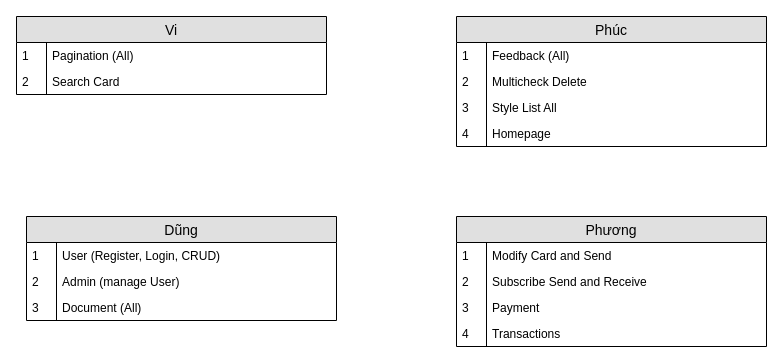
This is page "Task Sheet" (9 of 9) of e-Greeting.drawio from duyphuong403/E-Greeting, a draw.io file, before an edit. Source tidied: cells renumbered, new cells numbered last; positions are measured from the earlier drawing's top-left corner, leaving out a move shared by most shapes. Both pictures are drawn from the tidied source at 100%, with x=0, y=0 at pixel (16, 16).
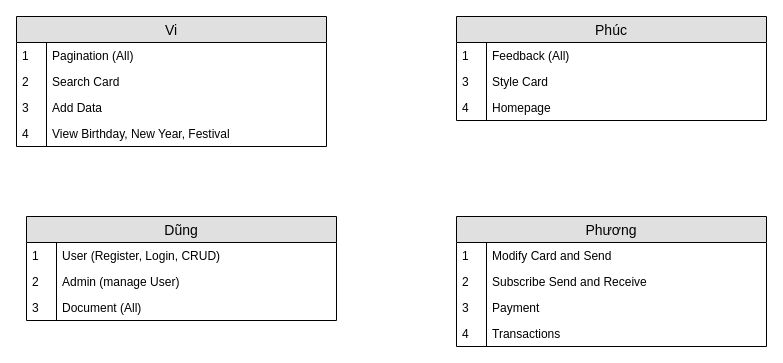
The same diagram, later.

Diff of the diagram source:
```diff
@@
     <mxCell id="2" value="Vi" style="swimlane;fontStyle=0;horizontal=1;startSize=26;fillColor=#e0e0e0;swimlaneFillColor=#ffffff;align=center;fontSize=14;" parent="1" vertex="1">
-      <mxGeometry width="310" height="78" as="geometry" />
+      <mxGeometry width="310" height="130" as="geometry" />
     </mxCell>
@@
+    <mxCell id="32" value="Add Data" style="shape=partialRectangle;top=0;left=0;right=0;bottom=0;align=left;verticalAlign=top;fillColor=none;spacingLeft=34;spacingRight=4;overflow=hidden;fontSize=12;" parent="2" vertex="1">
+      <mxGeometry y="78" width="310" height="26" as="geometry" />
+    </mxCell>
+    <mxCell id="33" value="3" style="shape=partialRectangle;top=0;left=0;bottom=0;fillColor=none;align=left;verticalAlign=top;spacingLeft=4;spacingRight=4;overflow=hidden;fontSize=12;" parent="32" vertex="1">
+      <mxGeometry width="30" height="26" as="geometry" />
+    </mxCell>
+    <mxCell id="34" value="View Birthday, New Year, Festival" style="shape=partialRectangle;top=0;left=0;right=0;bottom=0;align=left;verticalAlign=top;fillColor=none;spacingLeft=34;spacingRight=4;overflow=hidden;fontSize=12;" parent="2" vertex="1">
+      <mxGeometry y="104" width="310" height="26" as="geometry" />
+    </mxCell>
+    <mxCell id="35" value="4" style="shape=partialRectangle;top=0;left=0;bottom=0;fillColor=none;align=left;verticalAlign=top;spacingLeft=4;spacingRight=4;overflow=hidden;fontSize=12;" parent="34" vertex="1">
+      <mxGeometry width="30" height="26" as="geometry" />
+    </mxCell>
     <mxCell id="7" value="Phúc" style="swimlane;fontStyle=0;horizontal=1;startSize=26;fillColor=#e0e0e0;swimlaneFillColor=#ffffff;align=center;fontSize=14;" parent="1" vertex="1">
-      <mxGeometry x="440" width="310" height="130" as="geometry" />
+      <mxGeometry x="440" width="310" height="104" as="geometry" />
     </mxCell>
@@
-    <mxCell id="10" value="Multicheck Delete" style="shape=partialRectangle;top=0;left=0;right=0;bottom=0;align=left;verticalAlign=top;fillColor=none;spacingLeft=34;spacingRight=4;overflow=hidden;fontSize=12;" parent="7" vertex="1">
-      <mxGeometry y="52" width="310" height="26" as="geometry" />
-    </mxCell>
-    <mxCell id="11" value="2" style="shape=partialRectangle;top=0;left=0;bottom=0;fillColor=none;align=left;verticalAlign=top;spacingLeft=4;spacingRight=4;overflow=hidden;fontSize=12;" parent="10" vertex="1">
-      <mxGeometry width="30" height="26" as="geometry" />
-    </mxCell>
-    <mxCell id="12" value="Style List All " style="shape=partialRectangle;top=0;left=0;right=0;bottom=0;align=left;verticalAlign=top;fillColor=none;spacingLeft=34;spacingRight=4;overflow=hidden;fontSize=12;" parent="7" vertex="1">
-      <mxGeometry y="78" width="310" height="26" as="geometry" />
+    <mxCell id="12" value="Style Card" style="shape=partialRectangle;top=0;left=0;right=0;bottom=0;align=left;verticalAlign=top;fillColor=none;spacingLeft=34;spacingRight=4;overflow=hidden;fontSize=12;" parent="7" vertex="1">
+      <mxGeometry y="52" width="310" height="26" as="geometry" />
     </mxCell>
@@
     <mxCell id="14" value="Homepage" style="shape=partialRectangle;top=0;left=0;right=0;bottom=0;align=left;verticalAlign=top;fillColor=none;spacingLeft=34;spacingRight=4;overflow=hidden;fontSize=12;" parent="7" vertex="1">
-      <mxGeometry y="104" width="310" height="26" as="geometry" />
+      <mxGeometry y="78" width="310" height="26" as="geometry" />
     </mxCell>
```
